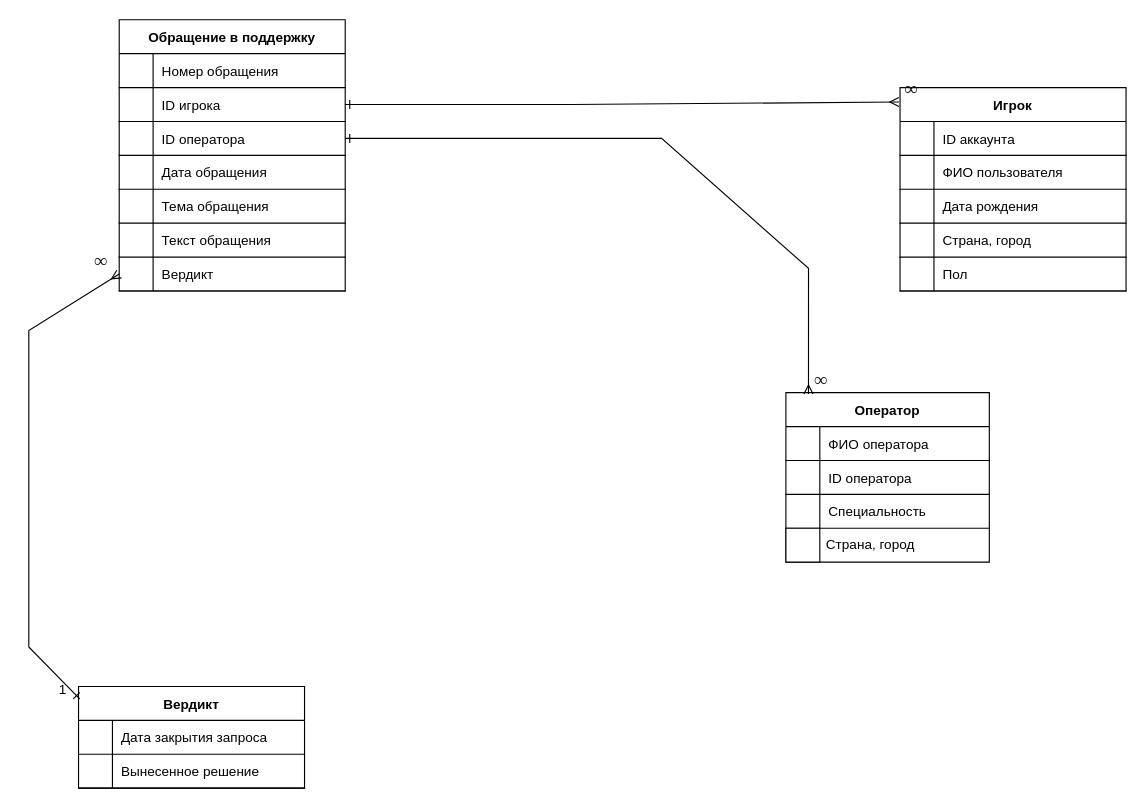
This is ER пользовательская.drawio from Koloda2/ER-diagrams, a draw.io file, before an edit. Source tidied: cells renumbered, new cells numbered last; positions are measured from the earlier drawing's top-left corner, leaving out a move shared by most shapes. Both pictures are drawn from the tidied source at 113%, with x=0, y=0 at pixel (28, 19).
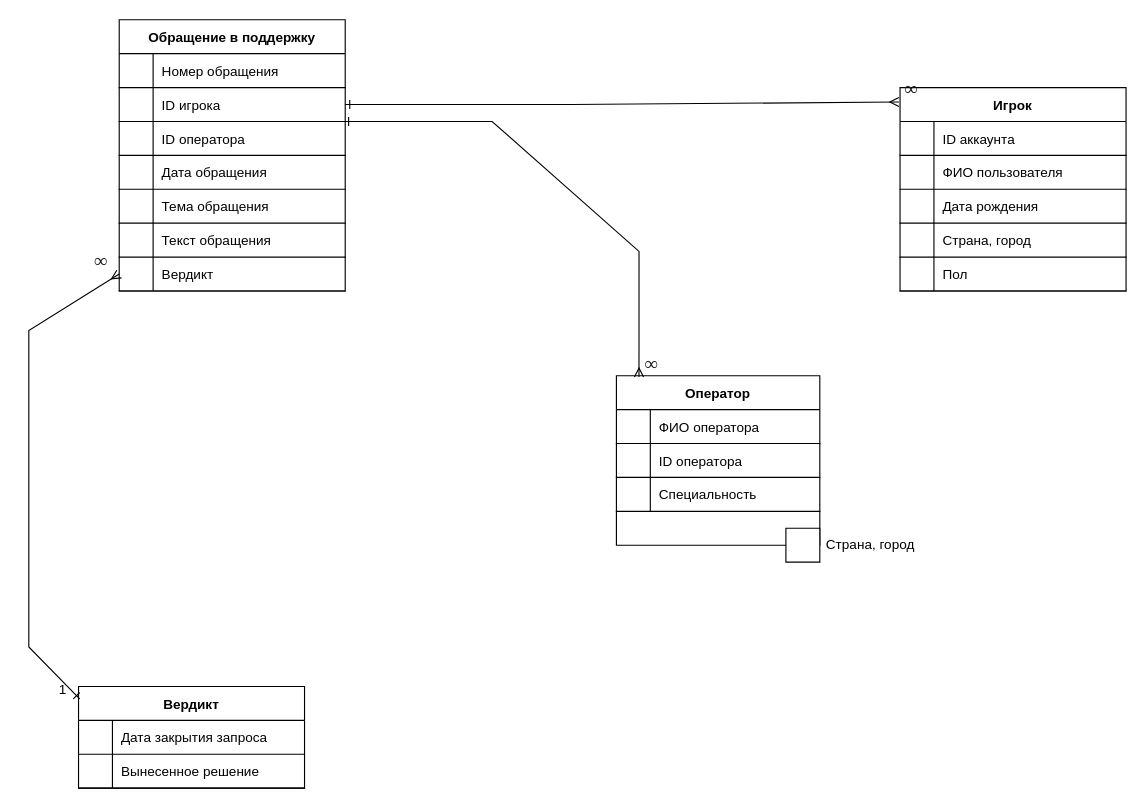
The same page after the edit.

Unchanged cells that the change refers to:
```xml
<mxCell id="35" style="shape=tableRow;horizontal=0;startSize=0;swimlaneHead=0;swimlaneBody=0;fillColor=none;points=[[0,0.5],[1,0.5]];portConstraint=eastwest;top=0;left=0;right=0;bottom=1;" parent="28" vertex="1">
  <mxGeometry y="90" width="200" height="30" as="geometry" />
</mxCell>
```

Diff of the diagram source:
```diff
@@
     <mxCell id="2" value="Оператор" style="shape=table;startSize=30;childLayout=tableLayout;rowLines=0;fontStyle=1;align=center;" parent="1" vertex="1">
-      <mxGeometry x="670" y="330" width="180" height="150" as="geometry" />
+      <mxGeometry x="520" y="315" width="180" height="150" as="geometry" />
     </mxCell>
@@
-    <mxCell id="59" style="endArrow=ERmany;html=1;rounded=0;startArrow=ERone;startFill=0;endFill=0;exitX=1;exitY=0.5;exitDx=0;exitDy=0;entryX=0.111;entryY=0.008;entryDx=0;entryDy=0;entryPerimeter=0;" parent="1" edge="1" source="35" target="2">
+    <mxCell id="59" style="endArrow=ERmany;html=1;rounded=0;startArrow=ERone;startFill=0;endFill=0;exitX=0.995;exitY=0;exitDx=0;exitDy=0;entryX=0.111;entryY=0.008;entryDx=0;entryDy=0;entryPerimeter=0;exitPerimeter=0;" parent="1" edge="1" source="35" target="2">
       <mxGeometry relative="1" as="geometry">
         <Array as="points">
-          <mxPoint x="560" y="105" />
-          <mxPoint x="690" y="220" />
+          <mxPoint x="410" y="90" />
+          <mxPoint x="540" y="205" />
         </Array>
       </mxGeometry>
     </mxCell>
```
